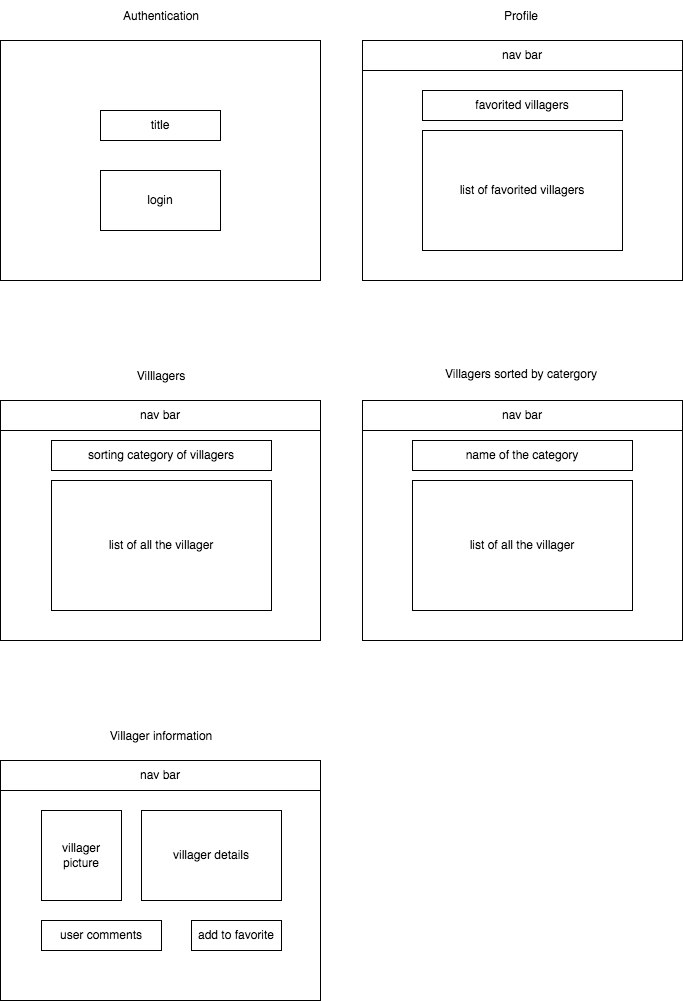
Above: wireframe.drawio.png in PvrkFvmily/project-2 (draw.io), before the change. Source tidied: cells renumbered, new cells last; positions are measured from the earlier drawing's top-left corner, leaving out a move shared by most shapes.
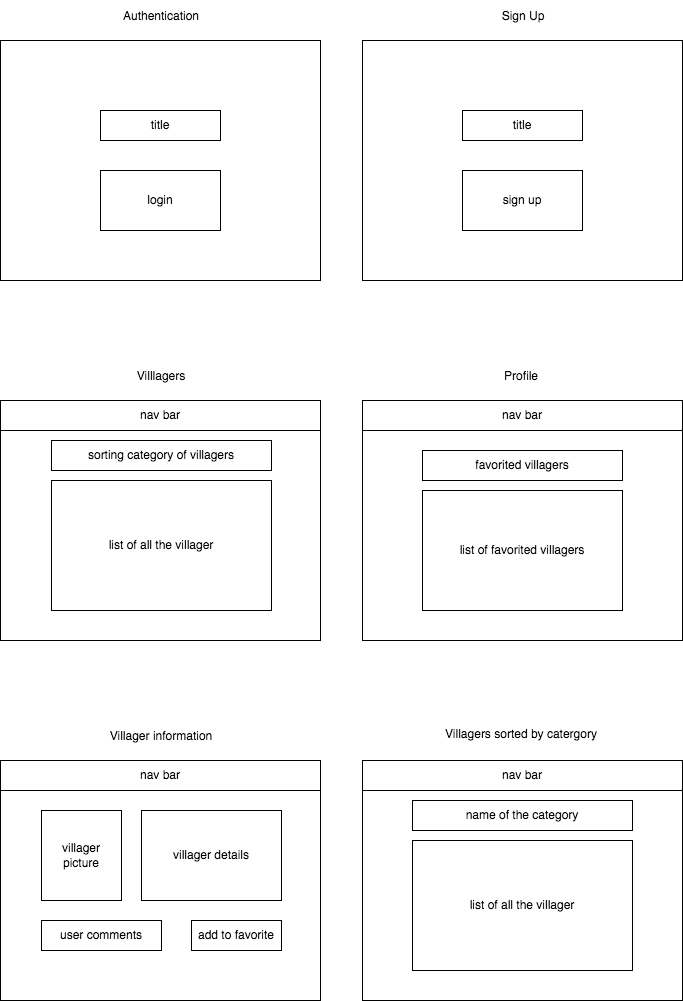
Later version of the same file.

Commit message:
added more restful route and wireframe

Diff of the diagram source:
```diff
@@ -6,13 +6,13 @@
       <mxGeometry x="101" width="120" height="30" as="geometry" />
     </mxCell>
     <mxCell id="3" value="Profile" style="text;strokeColor=none;fillColor=default;align=center;verticalAlign=middle;spacingLeft=4;spacingRight=4;overflow=hidden;" parent="1" vertex="1">
-      <mxGeometry x="481" width="80" height="30" as="geometry" />
+      <mxGeometry x="481" y="360" width="80" height="30" as="geometry" />
     </mxCell>
     <mxCell id="4" value="Villlagers" style="text;strokeColor=none;fillColor=default;align=center;verticalAlign=middle;spacingLeft=4;spacingRight=4;overflow=hidden;" parent="1" vertex="1">
       <mxGeometry x="121" y="360" width="80" height="30" as="geometry" />
     </mxCell>
     <mxCell id="5" value="&lt;div&gt;&lt;span&gt;&lt;font face=&quot;helvetica&quot;&gt;Villagers sorted by catergory&lt;/font&gt;&lt;/span&gt;&lt;/div&gt;" style="text;whiteSpace=wrap;html=1;align=center;fillColor=default;" parent="1" vertex="1">
-      <mxGeometry x="421" y="360" width="200" height="30" as="geometry" />
+      <mxGeometry x="421" y="720" width="200" height="30" as="geometry" />
     </mxCell>
     <mxCell id="6" style="rounded=0;whiteSpace=wrap;html=1;" parent="1" vertex="1">
       <mxGeometry y="760" width="320" height="240" as="geometry" />
@@ -21,7 +21,7 @@
       <mxGeometry x="101" y="720" width="120" height="30" as="geometry" />
     </mxCell>
     <mxCell id="8" style="rounded=0;whiteSpace=wrap;html=1;" parent="1" vertex="1">
-      <mxGeometry x="362" y="400" width="320" height="240" as="geometry" />
+      <mxGeometry x="362" y="760" width="320" height="240" as="geometry" />
     </mxCell>
     <mxCell id="9" style="rounded=0;whiteSpace=wrap;html=1;" parent="1" vertex="1">
       <mxGeometry y="400" width="320" height="240" as="geometry" />
@@ -30,16 +30,16 @@
       <mxGeometry y="40" width="320" height="240" as="geometry" />
     </mxCell>
     <mxCell id="11" style="rounded=0;whiteSpace=wrap;html=1;" parent="1" vertex="1">
-      <mxGeometry x="362" y="40" width="320" height="240" as="geometry" />
+      <mxGeometry x="362" y="400" width="320" height="240" as="geometry" />
     </mxCell>
     <mxCell id="12" value="nav bar" style="rounded=0;whiteSpace=wrap;html=1;fillColor=default;" parent="1" vertex="1">
-      <mxGeometry x="362" y="40" width="320" height="30" as="geometry" />
+      <mxGeometry x="362" y="400" width="320" height="30" as="geometry" />
     </mxCell>
     <mxCell id="13" value="nav bar" style="rounded=0;whiteSpace=wrap;html=1;fillColor=default;" parent="1" vertex="1">
       <mxGeometry y="400" width="320" height="30" as="geometry" />
     </mxCell>
     <mxCell id="14" value="nav bar" style="rounded=0;whiteSpace=wrap;html=1;fillColor=default;" parent="1" vertex="1">
-      <mxGeometry x="362" y="400" width="320" height="30" as="geometry" />
+      <mxGeometry x="362" y="760" width="320" height="30" as="geometry" />
     </mxCell>
     <mxCell id="15" value="nav bar" style="rounded=0;whiteSpace=wrap;html=1;fillColor=default;" parent="1" vertex="1">
       <mxGeometry y="760" width="320" height="30" as="geometry" />
@@ -51,10 +51,10 @@
       <mxGeometry x="100" y="170" width="120" height="60" as="geometry" />
     </mxCell>
     <mxCell id="18" value="favorited villagers" style="rounded=0;whiteSpace=wrap;html=1;fillColor=default;" parent="1" vertex="1">
-      <mxGeometry x="422" y="90" width="200" height="30" as="geometry" />
+      <mxGeometry x="422" y="450" width="200" height="30" as="geometry" />
     </mxCell>
     <mxCell id="19" value="list of favorited villagers" style="rounded=0;whiteSpace=wrap;html=1;fillColor=default;" parent="1" vertex="1">
-      <mxGeometry x="422" y="130" width="200" height="120" as="geometry" />
+      <mxGeometry x="422" y="490" width="200" height="120" as="geometry" />
     </mxCell>
     <mxCell id="20" value="sorting category of villagers" style="rounded=0;whiteSpace=wrap;html=1;fillColor=default;" parent="1" vertex="1">
       <mxGeometry x="51" y="440" width="220" height="30" as="geometry" />
@@ -63,10 +63,10 @@
       <mxGeometry x="51" y="480" width="220" height="130" as="geometry" />
     </mxCell>
     <mxCell id="22" value="name of the category" style="rounded=0;whiteSpace=wrap;html=1;fillColor=default;" parent="1" vertex="1">
-      <mxGeometry x="412" y="440" width="220" height="30" as="geometry" />
+      <mxGeometry x="412" y="800" width="220" height="30" as="geometry" />
     </mxCell>
     <mxCell id="23" value="list of all the villager" style="rounded=0;whiteSpace=wrap;html=1;fillColor=default;" parent="1" vertex="1">
-      <mxGeometry x="412" y="480" width="220" height="130" as="geometry" />
+      <mxGeometry x="412" y="840" width="220" height="130" as="geometry" />
     </mxCell>
     <mxCell id="24" value="villager&lt;br&gt;picture" style="rounded=0;whiteSpace=wrap;html=1;fillColor=default;" parent="1" vertex="1">
       <mxGeometry x="41" y="810" width="80" height="90" as="geometry" />
@@ -80,5 +80,17 @@
     <mxCell id="27" value="user comments" style="rounded=0;whiteSpace=wrap;html=1;fillColor=default;" parent="1" vertex="1">
       <mxGeometry x="41" y="920" width="120" height="30" as="geometry" />
     </mxCell>
+    <mxCell id="28" value="Sign Up" style="text;strokeColor=none;fillColor=default;align=center;verticalAlign=middle;spacingLeft=4;spacingRight=4;overflow=hidden;" parent="1" vertex="1">
+      <mxGeometry x="463" width="120" height="30" as="geometry" />
+    </mxCell>
+    <mxCell id="29" style="rounded=0;whiteSpace=wrap;html=1;" parent="1" vertex="1">
+      <mxGeometry x="362" y="40" width="320" height="240" as="geometry" />
+    </mxCell>
+    <mxCell id="30" value="title" style="rounded=0;whiteSpace=wrap;html=1;fillColor=default;" parent="1" vertex="1">
+      <mxGeometry x="462" y="110" width="120" height="30" as="geometry" />
+    </mxCell>
+    <mxCell id="31" value="sign up" style="rounded=0;whiteSpace=wrap;html=1;fillColor=default;" parent="1" vertex="1">
+      <mxGeometry x="462" y="170" width="120" height="60" as="geometry" />
+    </mxCell>
   </root>
 </mxGraphModel>
```
